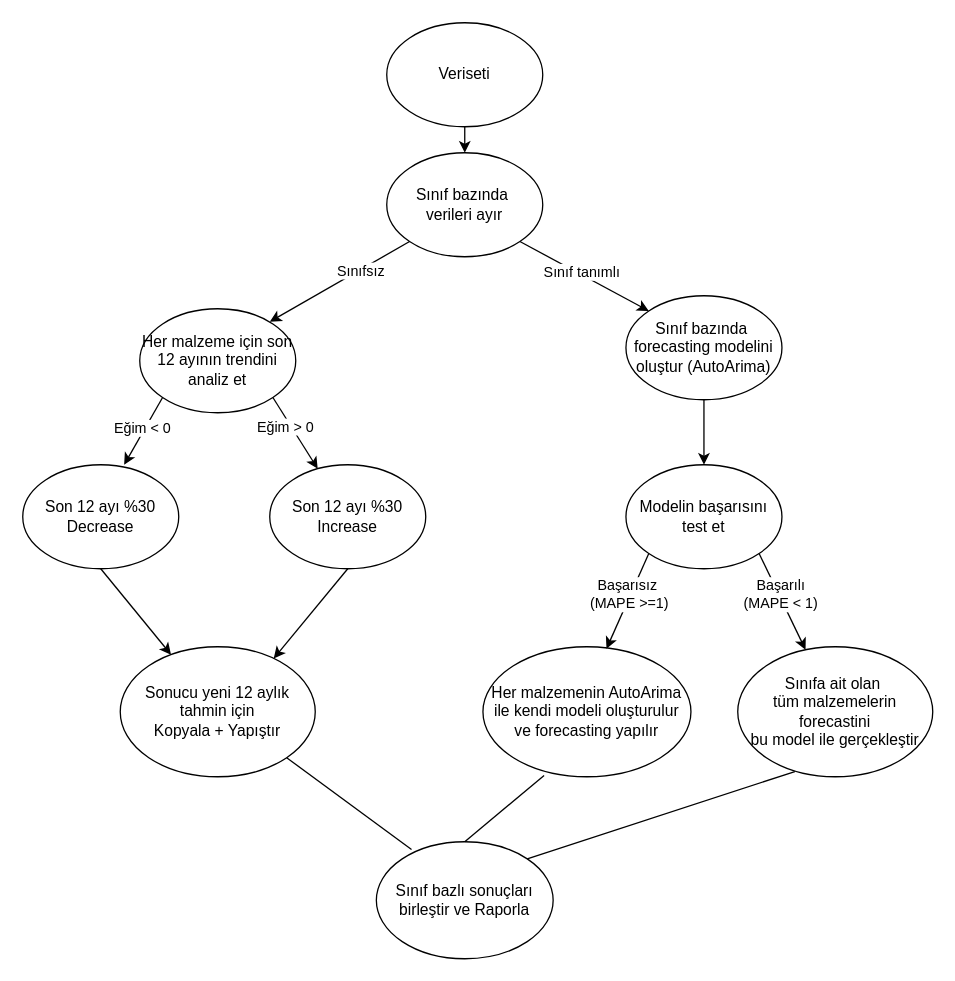
Before: forecastDiagram.drawio in EgehanEralp/diagrams, a draw.io diagram. Source tidied: cells renumbered, new cells numbered last; positions are measured from the earlier drawing's top-left corner, leaving out a move shared by most shapes. Both pictures are drawn from the tidied source at 130%, with x=0, y=0 at pixel (22, 22).
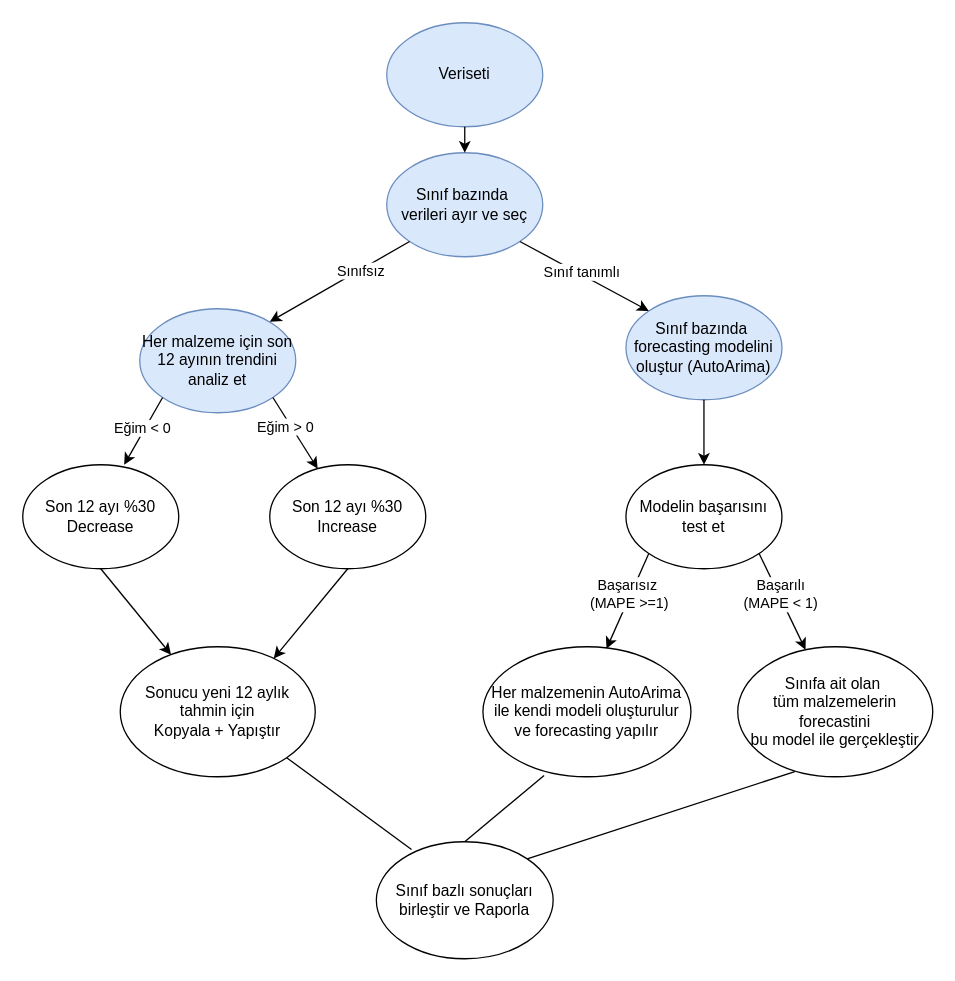
Above is the later version.

What changed in the source:
```diff
@@
-    <mxCell id="2" value="Veriseti" style="ellipse;whiteSpace=wrap;html=1;" parent="1" vertex="1">
+    <mxCell id="2" value="Veriseti" style="ellipse;whiteSpace=wrap;html=1;fillColor=#dae8fc;strokeColor=#6c8ebf;" parent="1" vertex="1">
       <mxGeometry x="280" width="120" height="80" as="geometry" />
     </mxCell>
-    <mxCell id="3" value="Sınıf bazında&amp;nbsp;&lt;br&gt;verileri ayır" style="ellipse;whiteSpace=wrap;html=1;" parent="1" vertex="1">
+    <mxCell id="3" value="Sınıf bazında&amp;nbsp;&lt;br&gt;verileri ayır ve seç" style="ellipse;whiteSpace=wrap;html=1;fillColor=#dae8fc;strokeColor=#6c8ebf;" parent="1" vertex="1">
       <mxGeometry x="280" y="100" width="120" height="80" as="geometry" />
     </mxCell>
-    <mxCell id="4" value="Sınıf bazında&amp;nbsp;&lt;br&gt;forecasting modelini oluştur (AutoArima)" style="ellipse;whiteSpace=wrap;html=1;" parent="1" vertex="1">
+    <mxCell id="4" value="Sınıf bazında&amp;nbsp;&lt;br&gt;forecasting modelini oluştur (AutoArima)" style="ellipse;whiteSpace=wrap;html=1;fillColor=#dae8fc;strokeColor=#6c8ebf;" parent="1" vertex="1">
       <mxGeometry x="464" y="210" width="120" height="80" as="geometry" />
     </mxCell>
@@
-    <mxCell id="7" value="Her malzeme için son 12 ayının trendini analiz et" style="ellipse;whiteSpace=wrap;html=1;" parent="1" vertex="1">
+    <mxCell id="7" value="Her malzeme için son 12 ayının trendini analiz et" style="ellipse;whiteSpace=wrap;html=1;fillColor=#dae8fc;strokeColor=#6c8ebf;" parent="1" vertex="1">
       <mxGeometry x="90" y="220" width="120" height="80" as="geometry" />
     </mxCell>
```
